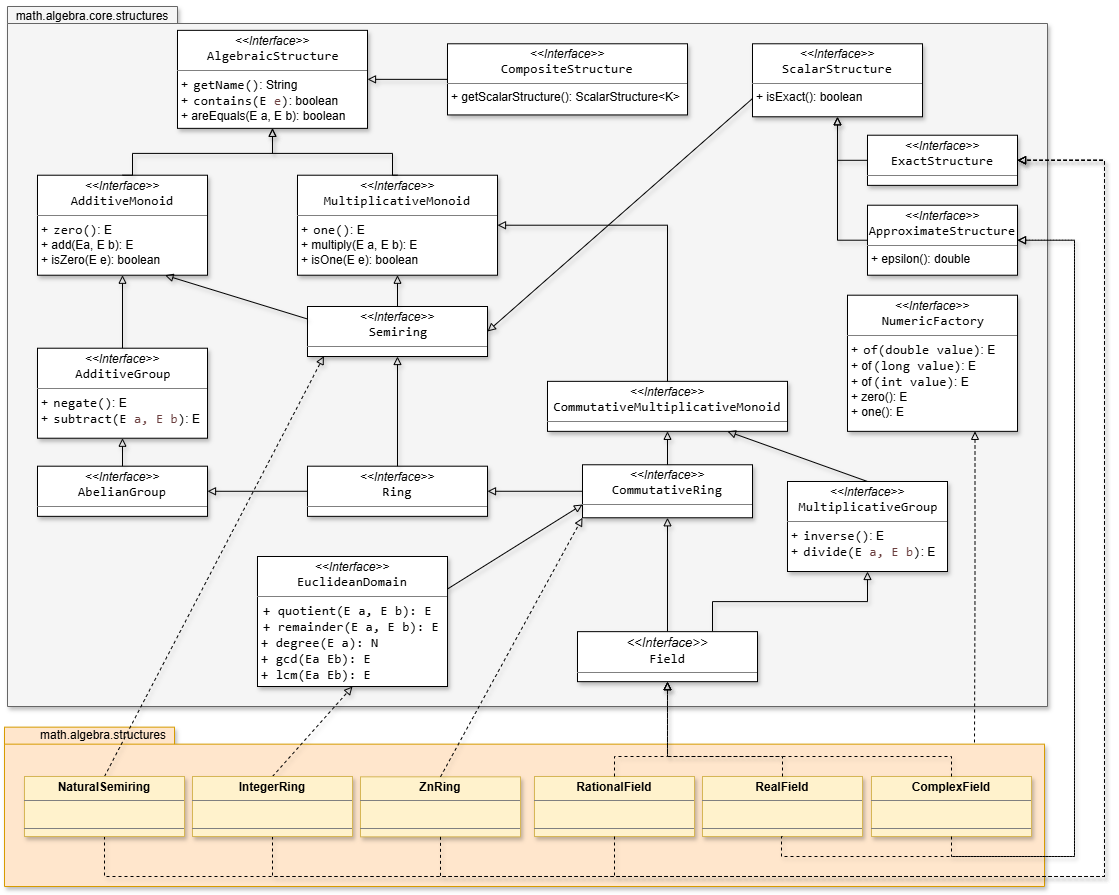
Before: resources/SMFN-algebra-structures.drawio.png, a diagram exported from draw.io (gom9000/SMFN). Source tidied: cells renumbered, new cells last; positions are measured from the earlier drawing's top-left corner, leaving out a move shared by most shapes.
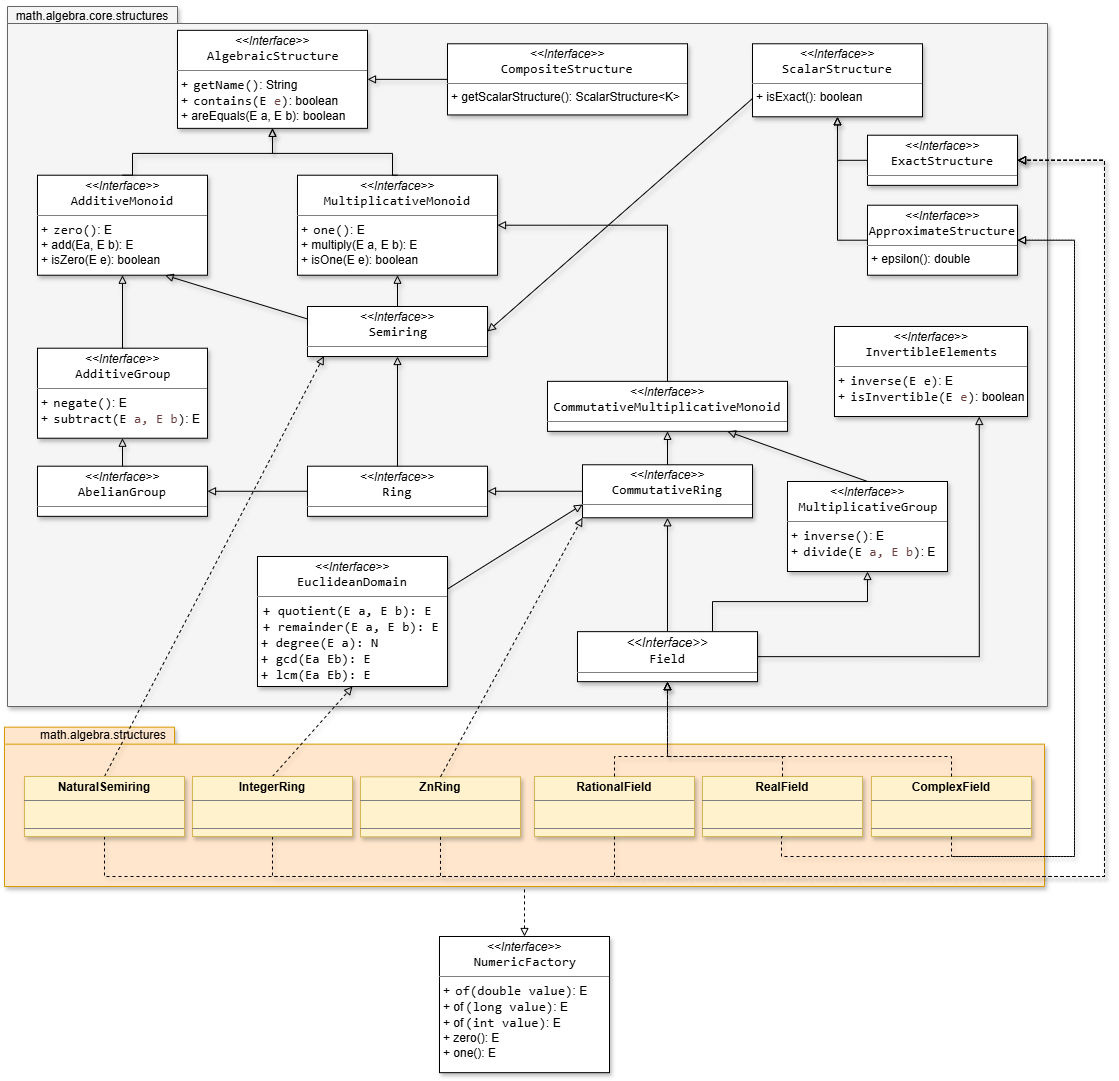
The same diagram one commit later.

Commit message:
update diagrammi package algebra

Change to the diagram source:
```diff
@@ -47,6 +47,9 @@
     <mxCell id="16" style="edgeStyle=orthogonalEdgeStyle;rounded=0;jettySize=auto;html=1;exitX=0.5;exitY=0;exitDx=0;exitDy=0;entryX=0.5;entryY=1;entryDx=0;entryDy=0;shadow=1;strokeColor=default;align=center;verticalAlign=middle;fontFamily=Helvetica;fontSize=11;fontColor=default;labelBackgroundColor=default;endArrow=block;endFill=0;" parent="9" edge="1" source="17" target="15">
       <mxGeometry relative="1" as="geometry" />
     </mxCell>
+    <mxCell id="63" style="edgeStyle=orthogonalEdgeStyle;rounded=0;jettySize=auto;html=1;exitX=1;exitY=0.5;exitDx=0;exitDy=0;entryX=0.75;entryY=1;entryDx=0;entryDy=0;shadow=1;strokeColor=default;align=center;verticalAlign=middle;fontFamily=Helvetica;fontSize=11;fontColor=default;labelBackgroundColor=default;endArrow=block;endFill=0;" parent="9" edge="1" source="17" target="64">
+      <mxGeometry relative="1" as="geometry" />
+    </mxCell>
     <mxCell id="17" value="&lt;p style=&quot;margin:0px;margin-top:4px;text-align:center;&quot;&gt;&lt;font style=&quot;font-size: 13px;&quot;&gt;&lt;i&gt;&amp;lt;&amp;lt;Interface&amp;gt;&amp;gt;&lt;/i&gt;&lt;br&gt;&lt;span style=&quot;font-family: Consolas; white-space: pre;&quot;&gt;Field&lt;/span&gt;&lt;/font&gt;&lt;/p&gt;&lt;hr size=&quot;1&quot; style=&quot;border-style:solid;&quot;&gt;&lt;p style=&quot;margin:0px;margin-left:4px;&quot;&gt;&lt;/p&gt;&lt;p style=&quot;margin:0px;margin-left:4px;&quot;&gt;&lt;br&gt;&lt;/p&gt;" style="verticalAlign=top;align=left;overflow=fill;html=1;whiteSpace=wrap;labelBackgroundColor=none;shadow=1;" parent="9" vertex="1">
       <mxGeometry x="570" y="625.1" width="180" height="50" as="geometry" />
     </mxCell>
@@ -147,9 +150,9 @@
     <mxCell id="46" value="&lt;p style=&quot;margin:0px;margin-top:4px;text-align:center;&quot;&gt;&lt;i&gt;&amp;lt;&amp;lt;Interface&amp;gt;&amp;gt;&lt;/i&gt;&lt;br&gt;&lt;span style=&quot;font-family: Consolas; font-size: 13.3333px; white-space: pre;&quot;&gt;ExactStructure&lt;/span&gt;&lt;/p&gt;&lt;hr size=&quot;1&quot; style=&quot;border-style:solid;&quot;&gt;&lt;p style=&quot;margin:0px;margin-left:4px;&quot;&gt;&lt;/p&gt;&lt;p style=&quot;margin:0px;margin-left:4px;&quot;&gt;&lt;br&gt;&lt;/p&gt;" style="verticalAlign=top;align=left;overflow=fill;html=1;whiteSpace=wrap;labelBackgroundColor=none;shadow=1;" parent="9" vertex="1">
       <mxGeometry x="860" y="128.7" width="150" height="50.1" as="geometry" />
     </mxCell>
-    <mxCell id="47" value="&lt;p style=&quot;margin:0px;margin-top:4px;text-align:center;&quot;&gt;&lt;i&gt;&amp;lt;&amp;lt;Interface&amp;gt;&amp;gt;&lt;/i&gt;&lt;br&gt;&lt;span style=&quot;padding: 0px 0px 0px 2px;&quot;&gt;&lt;span style=&quot;font-family: Consolas; font-size: 10pt; white-space: pre;&quot;&gt;&lt;span style=&quot;&quot;&gt;NumericFactory&lt;/span&gt;&lt;/span&gt;&lt;/span&gt;&lt;/p&gt;&lt;hr size=&quot;1&quot; style=&quot;border-style:solid;&quot;&gt;&lt;p style=&quot;margin:0px;margin-left:4px;&quot;&gt;&lt;/p&gt;&lt;p style=&quot;margin:0px;margin-left:4px;&quot;&gt;&lt;span style=&quot;background-color: transparent; color: light-dark(rgb(0, 0, 0), rgb(255, 255, 255));&quot;&gt;+&amp;nbsp;&lt;/span&gt;&lt;span style=&quot;background-color: transparent; color: light-dark(rgb(0, 0, 0), rgb(255, 255, 255)); padding: 0px 0px 0px 2px;&quot;&gt;&lt;span style=&quot;font-family: Consolas; font-size: 10pt; white-space: pre;&quot;&gt;of(double value)&lt;/span&gt;&lt;/span&gt;&lt;span style=&quot;background-color: transparent; color: light-dark(rgb(0, 0, 0), rgb(255, 255, 255));&quot;&gt;: E&lt;/span&gt;&lt;/p&gt;&lt;p style=&quot;margin:0px;margin-left:4px;&quot;&gt;+ of&lt;span style=&quot;padding: 0px 0px 0px 2px;&quot;&gt;&lt;span style=&quot;font-family: Consolas; font-size: 10pt; white-space: pre;&quot;&gt;(long value)&lt;/span&gt;&lt;/span&gt;: E&lt;/p&gt;&lt;p style=&quot;margin:0px;margin-left:4px;&quot;&gt;+ of&lt;span style=&quot;padding: 0px 0px 0px 2px;&quot;&gt;&lt;span style=&quot;font-family: Consolas; font-size: 10pt; white-space: pre;&quot;&gt;(int value)&lt;/span&gt;&lt;/span&gt;: E&lt;/p&gt;&lt;p style=&quot;margin:0px;margin-left:4px;&quot;&gt;+ zero(): E&lt;/p&gt;&lt;p style=&quot;margin:0px;margin-left:4px;&quot;&gt;+ one(): E&lt;/p&gt;" style="verticalAlign=top;align=left;overflow=fill;html=1;whiteSpace=wrap;labelBackgroundColor=none;shadow=1;" parent="9" vertex="1">
-      <mxGeometry x="840" y="288.7" width="170" height="136.2" as="geometry" />
-    </mxCell>
+    <mxCell id="64" value="&lt;p style=&quot;margin:0px;margin-top:4px;text-align:center;&quot;&gt;&lt;i&gt;&amp;lt;&amp;lt;Interface&amp;gt;&amp;gt;&lt;/i&gt;&lt;br&gt;&lt;span style=&quot;padding: 0px 0px 0px 2px;&quot;&gt;&lt;span style=&quot;font-family: Consolas; font-size: 10pt; white-space: pre;&quot;&gt;&lt;span style=&quot;&quot;&gt;InvertibleElements&lt;/span&gt;&lt;/span&gt;&lt;/span&gt;&lt;/p&gt;&lt;hr size=&quot;1&quot; style=&quot;border-style:solid;&quot;&gt;&lt;p style=&quot;margin:0px;margin-left:4px;&quot;&gt;&lt;/p&gt;&lt;p style=&quot;margin:0px;margin-left:4px;&quot;&gt;+&amp;nbsp;&lt;span style=&quot;padding: 0px 0px 0px 2px;&quot;&gt;&lt;span style=&quot;font-family: Consolas; font-size: 10pt; white-space: pre;&quot;&gt;inverse(E e)&lt;/span&gt;&lt;/span&gt;: E&lt;br&gt;+&amp;nbsp;&lt;span style=&quot;padding: 0px 0px 0px 2px;&quot;&gt;&lt;span style=&quot;font-family: Consolas; font-size: 10pt; white-space: pre;&quot;&gt;isInvertible(E &lt;font color=&quot;#6a3e3e&quot;&gt;e&lt;/font&gt;)&lt;/span&gt;&lt;/span&gt;: boolean&lt;/p&gt;" style="verticalAlign=top;align=left;overflow=fill;html=1;whiteSpace=wrap;labelBackgroundColor=none;shadow=1;" parent="9" vertex="1">
+      <mxGeometry x="827" y="320" width="193" height="90" as="geometry" />
+    </mxCell>
     <mxCell id="48" style="rounded=0;jettySize=auto;html=1;exitX=0.5;exitY=0;exitDx=0;exitDy=0;entryX=0.091;entryY=0.994;entryDx=0;entryDy=0;dashed=1;endArrow=block;endFill=0;shadow=1;entryPerimeter=0;" parent="1" edge="1" source="50" target="22">
       <mxGeometry relative="1" as="geometry" />
     </mxCell>
@@ -219,10 +222,8 @@
         </Array>
       </mxGeometry>
     </mxCell>
-    <mxCell id="59" style="edgeStyle=orthogonalEdgeStyle;rounded=0;jettySize=auto;html=1;exitX=0.75;exitY=1;exitDx=0;exitDy=0;endArrow=none;endFill=0;startArrow=block;startFill=0;dashed=1;" parent="1" edge="1" source="47">
-      <mxGeometry relative="1" as="geometry">
-        <mxPoint x="970" y="740" as="targetPoint" />
-      </mxGeometry>
+    <mxCell id="59" style="edgeStyle=orthogonalEdgeStyle;rounded=0;jettySize=auto;html=1;exitX=0.5;exitY=0;exitDx=0;exitDy=0;endArrow=none;endFill=0;startArrow=block;startFill=0;dashed=1;entryX=0.5;entryY=1;entryDx=0;entryDy=0;entryPerimeter=0;" parent="1" edge="1" source="47" target="3">
+      <mxGeometry relative="1" as="geometry" />
     </mxCell>
     <mxCell id="60" style="edgeStyle=orthogonalEdgeStyle;rounded=0;jettySize=auto;html=1;exitX=0.5;exitY=0;exitDx=0;exitDy=0;entryX=0.5;entryY=1;entryDx=0;entryDy=0;shadow=1;dashed=1;strokeColor=default;align=center;verticalAlign=middle;fontFamily=Helvetica;fontSize=11;fontColor=default;labelBackgroundColor=default;endArrow=block;endFill=0;" parent="1" edge="1" source="6" target="17">
       <mxGeometry relative="1" as="geometry">
@@ -248,5 +249,8 @@
         </Array>
       </mxGeometry>
     </mxCell>
+    <mxCell id="47" value="&lt;p style=&quot;margin:0px;margin-top:4px;text-align:center;&quot;&gt;&lt;i&gt;&amp;lt;&amp;lt;Interface&amp;gt;&amp;gt;&lt;/i&gt;&lt;br&gt;&lt;span style=&quot;padding: 0px 0px 0px 2px;&quot;&gt;&lt;span style=&quot;font-family: Consolas; font-size: 10pt; white-space: pre;&quot;&gt;&lt;span style=&quot;&quot;&gt;NumericFactory&lt;/span&gt;&lt;/span&gt;&lt;/span&gt;&lt;/p&gt;&lt;hr size=&quot;1&quot; style=&quot;border-style:solid;&quot;&gt;&lt;p style=&quot;margin:0px;margin-left:4px;&quot;&gt;&lt;/p&gt;&lt;p style=&quot;margin:0px;margin-left:4px;&quot;&gt;&lt;span style=&quot;background-color: transparent; color: light-dark(rgb(0, 0, 0), rgb(255, 255, 255));&quot;&gt;+&amp;nbsp;&lt;/span&gt;&lt;span style=&quot;background-color: transparent; color: light-dark(rgb(0, 0, 0), rgb(255, 255, 255)); padding: 0px 0px 0px 2px;&quot;&gt;&lt;span style=&quot;font-family: Consolas; font-size: 10pt; white-space: pre;&quot;&gt;of(double value)&lt;/span&gt;&lt;/span&gt;&lt;span style=&quot;background-color: transparent; color: light-dark(rgb(0, 0, 0), rgb(255, 255, 255));&quot;&gt;: E&lt;/span&gt;&lt;/p&gt;&lt;p style=&quot;margin:0px;margin-left:4px;&quot;&gt;+ of&lt;span style=&quot;padding: 0px 0px 0px 2px;&quot;&gt;&lt;span style=&quot;font-family: Consolas; font-size: 10pt; white-space: pre;&quot;&gt;(long value)&lt;/span&gt;&lt;/span&gt;: E&lt;/p&gt;&lt;p style=&quot;margin:0px;margin-left:4px;&quot;&gt;+ of&lt;span style=&quot;padding: 0px 0px 0px 2px;&quot;&gt;&lt;span style=&quot;font-family: Consolas; font-size: 10pt; white-space: pre;&quot;&gt;(int value)&lt;/span&gt;&lt;/span&gt;: E&lt;/p&gt;&lt;p style=&quot;margin:0px;margin-left:4px;&quot;&gt;+ zero(): E&lt;/p&gt;&lt;p style=&quot;margin:0px;margin-left:4px;&quot;&gt;+ one(): E&lt;/p&gt;" style="verticalAlign=top;align=left;overflow=fill;html=1;whiteSpace=wrap;labelBackgroundColor=none;shadow=1;" parent="1" vertex="1">
+      <mxGeometry x="435" y="933" width="170" height="136.2" as="geometry" />
+    </mxCell>
   </root>
 </mxGraphModel>
```
